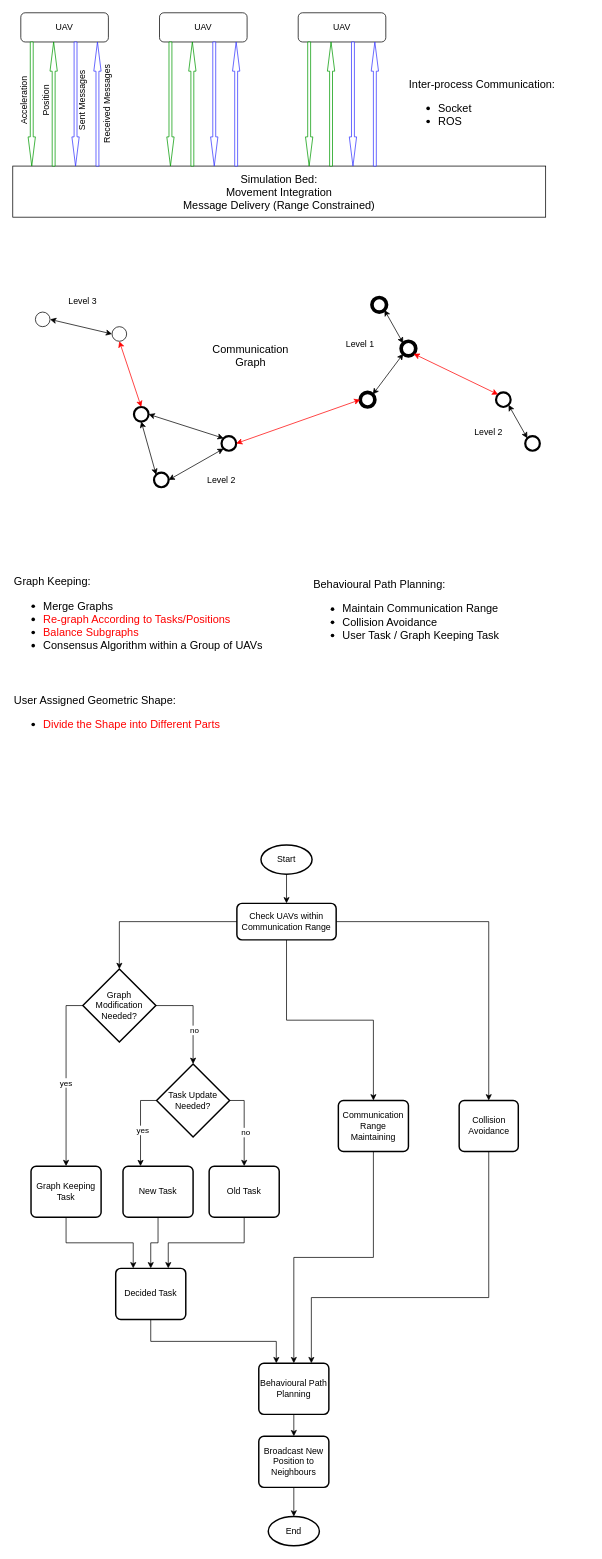
Before: InitialDesign.drawio in NGC0001/AutoSwarm, a draw.io diagram. Source tidied: cells renumbered, new cells numbered last; positions are measured from the earlier drawing's top-left corner, leaving out a move shared by most shapes. Both pictures are drawn from the tidied source at 73%, with x=0, y=0 at pixel (-1, 12).
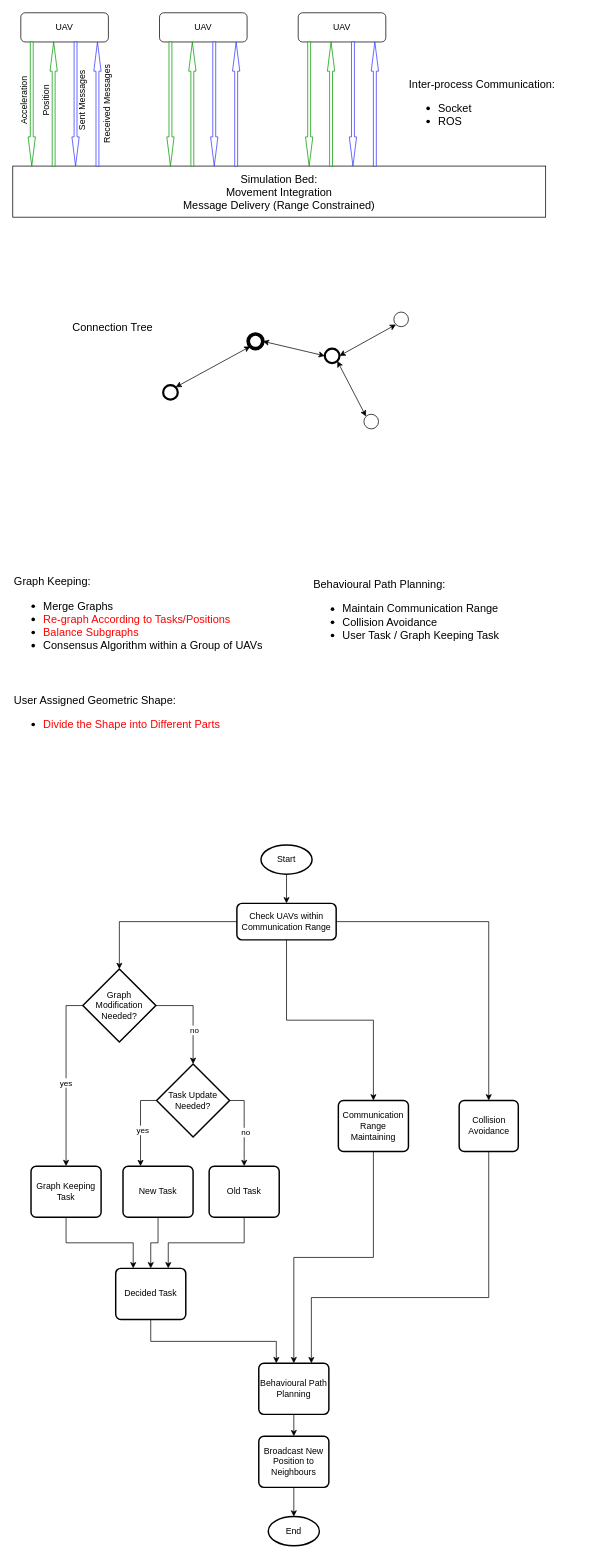
The same page after the edit.

Commit message (it also covers changes not shown here):
add diagram for collision avoidance and state machine

The edit, as a diff of the source:
```diff
@@
-    <mxCell id="23" style="ellipse;whiteSpace=wrap;html=1;strokeWidth=5;" parent="1" vertex="1">
-      <mxGeometry x="511" y="390" width="20" height="20" as="geometry" />
-    </mxCell>
-    <mxCell id="24" style="ellipse;whiteSpace=wrap;html=1;strokeWidth=3;" parent="1" vertex="1">
-      <mxGeometry x="305" y="580" width="20" height="20" as="geometry" />
-    </mxCell>
-    <mxCell id="25" style="ellipse;whiteSpace=wrap;html=1;strokeWidth=3;" parent="1" vertex="1">
-      <mxGeometry x="212.5" y="630" width="20" height="20" as="geometry" />
-    </mxCell>
-    <mxCell id="26" style="ellipse;whiteSpace=wrap;html=1;strokeWidth=5;" parent="1" vertex="1">
-      <mxGeometry x="551" y="450" width="20" height="20" as="geometry" />
-    </mxCell>
-    <mxCell id="27" style="ellipse;whiteSpace=wrap;html=1;strokeWidth=5;" parent="1" vertex="1">
-      <mxGeometry x="495" y="520" width="20" height="20" as="geometry" />
-    </mxCell>
-    <mxCell id="28" style="ellipse;whiteSpace=wrap;html=1;strokeWidth=3;" parent="1" vertex="1">
-      <mxGeometry x="681" y="520" width="20" height="20" as="geometry" />
-    </mxCell>
-    <mxCell id="29" style="ellipse;whiteSpace=wrap;html=1;strokeWidth=3;" parent="1" vertex="1">
-      <mxGeometry x="721" y="580" width="20" height="20" as="geometry" />
-    </mxCell>
-    <mxCell id="30" style="ellipse;whiteSpace=wrap;html=1;" parent="1" vertex="1">
-      <mxGeometry x="50" y="410" width="20" height="20" as="geometry" />
+    <mxCell id="30" style="ellipse;whiteSpace=wrap;html=1;strokeWidth=5;" parent="1" vertex="1">
+      <mxGeometry x="341.5" y="440" width="20" height="20" as="geometry" />
     </mxCell>
-    <mxCell id="31" style="ellipse;whiteSpace=wrap;html=1;strokeWidth=3;" parent="1" vertex="1">
-      <mxGeometry x="185" y="540" width="20" height="20" as="geometry" />
-    </mxCell>
-    <mxCell id="32" style="endArrow=classic;startArrow=classic;html=1;rounded=0;entryX=1;entryY=1;entryDx=0;entryDy=0;exitX=0;exitY=0;exitDx=0;exitDy=0;" parent="1" edge="1" source="26" target="23">
-      <mxGeometry relative="1" as="geometry" />
-    </mxCell>
-    <mxCell id="33" style="endArrow=classic;startArrow=classic;html=1;rounded=0;entryX=0;entryY=1;entryDx=0;entryDy=0;exitX=1;exitY=0;exitDx=0;exitDy=0;" parent="1" edge="1" source="27" target="26">
-      <mxGeometry relative="1" as="geometry" />
-    </mxCell>
-    <mxCell id="34" style="endArrow=classic;startArrow=classic;html=1;rounded=0;exitX=1;exitY=0.5;exitDx=0;exitDy=0;entryX=0;entryY=1;entryDx=0;entryDy=0;" parent="1" edge="1" source="25" target="24">
-      <mxGeometry relative="1" as="geometry" />
-    </mxCell>
-    <mxCell id="35" style="ellipse;whiteSpace=wrap;html=1;" parent="1" vertex="1">
-      <mxGeometry x="155" y="430" width="20" height="20" as="geometry" />
+    <mxCell id="35" style="ellipse;whiteSpace=wrap;html=1;strokeWidth=3;" parent="1" vertex="1">
+      <mxGeometry x="446.5" y="460" width="20" height="20" as="geometry" />
     </mxCell>
-    <mxCell id="36" style="endArrow=classic;startArrow=classic;html=1;rounded=0;exitX=1;exitY=0.5;exitDx=0;exitDy=0;entryX=0;entryY=0;entryDx=0;entryDy=0;" parent="1" edge="1" source="31" target="24">
-      <mxGeometry relative="1" as="geometry" />
-    </mxCell>
-    <mxCell id="37" style="endArrow=classic;startArrow=classic;html=1;rounded=0;entryX=0.5;entryY=1;entryDx=0;entryDy=0;exitX=0;exitY=0;exitDx=0;exitDy=0;" parent="1" edge="1" source="25" target="31">
-      <mxGeometry relative="1" as="geometry" />
-    </mxCell>
-    <mxCell id="38" style="endArrow=classic;startArrow=classic;html=1;rounded=0;entryX=0;entryY=0;entryDx=0;entryDy=0;exitX=1;exitY=1;exitDx=0;exitDy=0;" parent="1" edge="1" source="28" target="29">
-      <mxGeometry relative="1" as="geometry" />
-    </mxCell>
@@
-    <mxCell id="40" style="endArrow=classic;startArrow=classic;html=1;rounded=0;exitX=1;exitY=0.5;exitDx=0;exitDy=0;entryX=0;entryY=0.5;entryDx=0;entryDy=0;strokeColor=#FF0000;" parent="1" edge="1" source="24" target="27">
-      <mxGeometry relative="1" as="geometry" />
-    </mxCell>
-    <mxCell id="41" style="endArrow=classic;startArrow=classic;html=1;rounded=0;exitX=0;exitY=0;exitDx=0;exitDy=0;entryX=1;entryY=1;entryDx=0;entryDy=0;strokeColor=#FF0000;" parent="1" edge="1" source="28" target="26">
-      <mxGeometry relative="1" as="geometry" />
-    </mxCell>
-    <mxCell id="42" style="endArrow=classic;startArrow=classic;html=1;rounded=0;exitX=0.5;exitY=0;exitDx=0;exitDy=0;entryX=0.5;entryY=1;entryDx=0;entryDy=0;strokeColor=#FF0000;" parent="1" edge="1" source="31" target="35">
-      <mxGeometry relative="1" as="geometry" />
-    </mxCell>
-    <mxCell id="43" value="Level 1" style="text;html=1;align=center;verticalAlign=middle;whiteSpace=wrap;rounded=0;" parent="1" vertex="1">
-      <mxGeometry x="465" y="440" width="60" height="30" as="geometry" />
-    </mxCell>
-    <mxCell id="44" value="Level 2" style="text;html=1;align=center;verticalAlign=middle;whiteSpace=wrap;rounded=0;" parent="1" vertex="1">
-      <mxGeometry x="275" y="625" width="60" height="30" as="geometry" />
-    </mxCell>
-    <mxCell id="45" value="Level 2" style="text;html=1;align=center;verticalAlign=middle;whiteSpace=wrap;rounded=0;" parent="1" vertex="1">
-      <mxGeometry x="641" y="560" width="60" height="30" as="geometry" />
-    </mxCell>
-    <mxCell id="46" value="Level 3" style="text;html=1;align=center;verticalAlign=middle;whiteSpace=wrap;rounded=0;" parent="1" vertex="1">
-      <mxGeometry x="85" y="380" width="60" height="30" as="geometry" />
-    </mxCell>
@@
-    <mxCell id="50" value="Communication Graph" style="text;html=1;align=center;verticalAlign=middle;whiteSpace=wrap;rounded=0;fontSize=15;" parent="1" vertex="1">
-      <mxGeometry x="285" y="450" width="120" height="40" as="geometry" />
+    <mxCell id="50" value="Connection Tree" style="text;html=1;align=center;verticalAlign=middle;whiteSpace=wrap;rounded=0;fontSize=15;" parent="1" vertex="1">
+      <mxGeometry x="96" y="410" width="120" height="40" as="geometry" />
     </mxCell>
@@
+    <mxCell id="84" style="ellipse;whiteSpace=wrap;html=1;strokeWidth=3;" parent="1" vertex="1">
+      <mxGeometry x="225" y="510" width="20" height="20" as="geometry" />
+    </mxCell>
+    <mxCell id="85" style="endArrow=classic;startArrow=classic;html=1;rounded=0;entryX=0;entryY=1;entryDx=0;entryDy=0;exitX=1;exitY=0;exitDx=0;exitDy=0;" parent="1" edge="1" source="84" target="30">
+      <mxGeometry relative="1" as="geometry" />
+    </mxCell>
+    <mxCell id="86" style="ellipse;whiteSpace=wrap;html=1;" parent="1" vertex="1">
+      <mxGeometry x="541" y="410" width="20" height="20" as="geometry" />
+    </mxCell>
+    <mxCell id="87" style="ellipse;whiteSpace=wrap;html=1;" parent="1" vertex="1">
+      <mxGeometry x="500" y="550" width="20" height="20" as="geometry" />
+    </mxCell>
+    <mxCell id="88" style="endArrow=classic;startArrow=classic;html=1;rounded=0;entryX=0;entryY=1;entryDx=0;entryDy=0;exitX=1;exitY=0.5;exitDx=0;exitDy=0;" parent="1" edge="1" source="35" target="86">
+      <mxGeometry relative="1" as="geometry" />
+    </mxCell>
+    <mxCell id="89" style="endArrow=classic;startArrow=classic;html=1;rounded=0;entryX=1;entryY=1;entryDx=0;entryDy=0;exitX=0;exitY=0;exitDx=0;exitDy=0;" parent="1" edge="1" source="87" target="35">
+      <mxGeometry relative="1" as="geometry" />
+    </mxCell>
```
